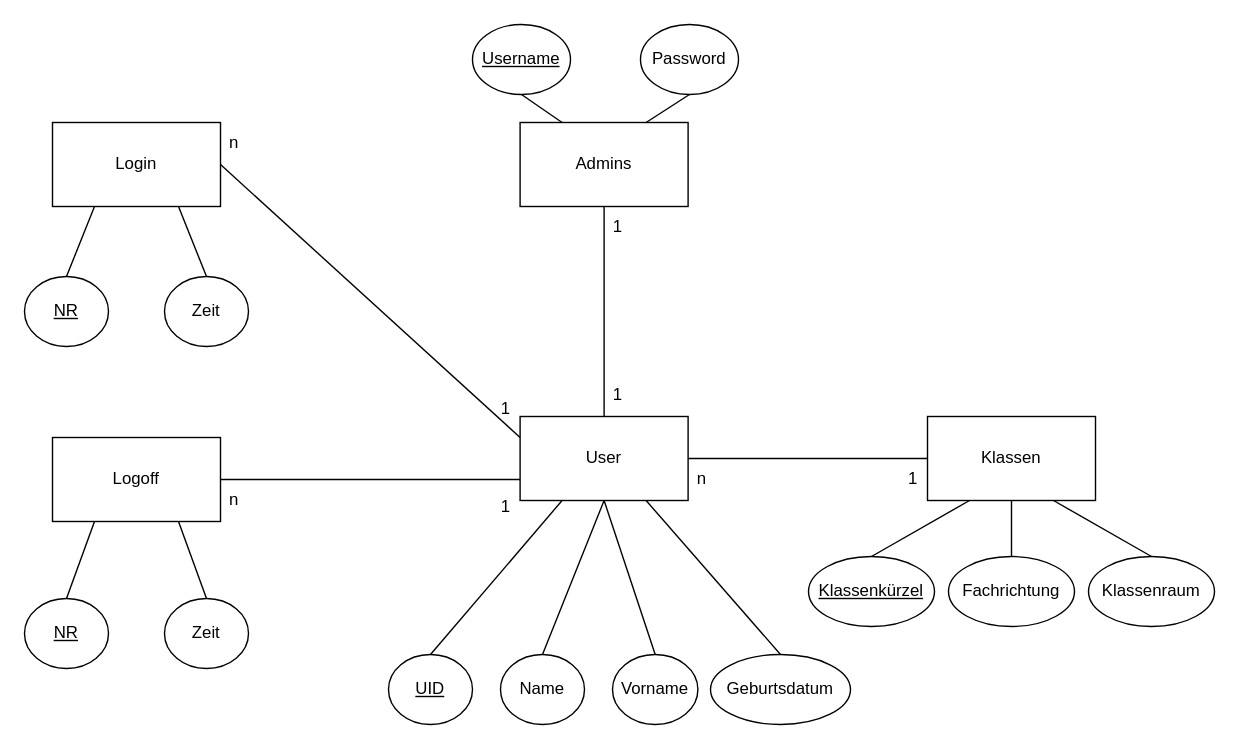
Earlier version of the draw.io diagram Docs/ER-Diagramm.png.drawio (Saftladen-GmbH/CN-P108-Zeiterfassung). Source tidied: cells renumbered, new cells numbered last; positions are measured from the earlier drawing's top-left corner, leaving out a move shared by most shapes. Both pictures are drawn from the tidied source at 140%, with x=0, y=0 at pixel (24, 24).
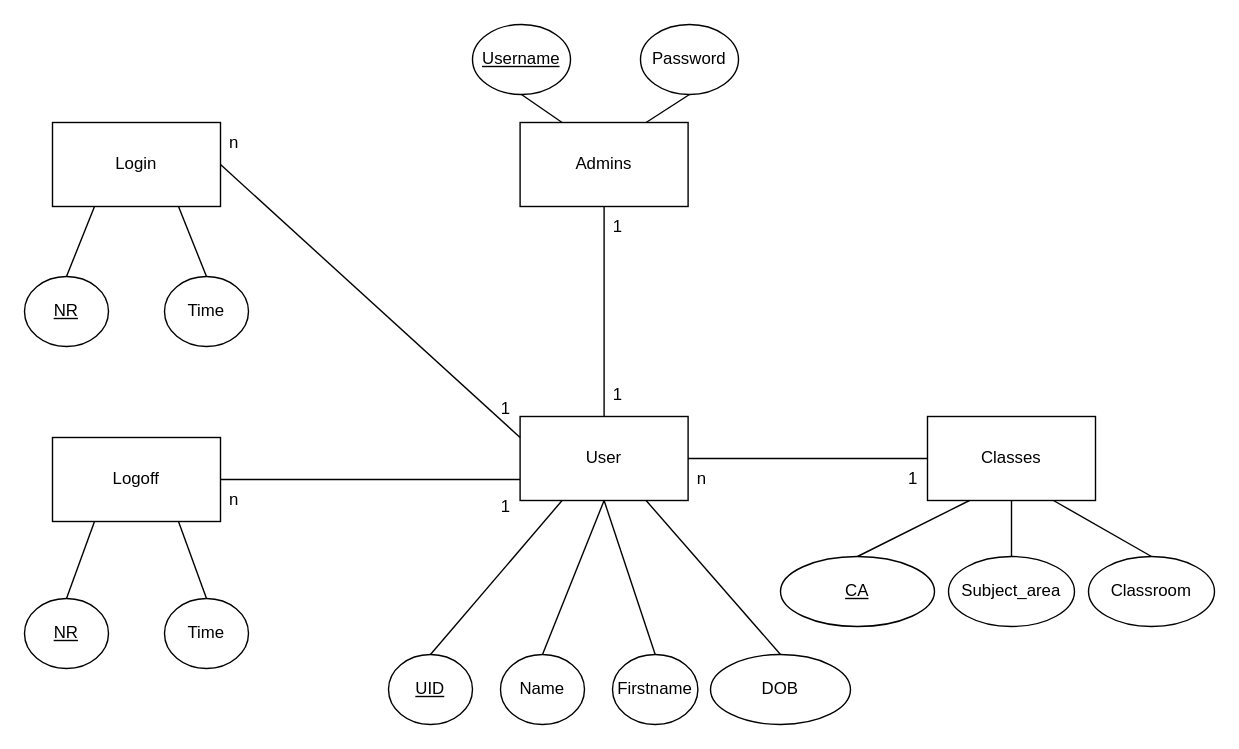
The same diagram, later.

Commit message (it also covers changes not shown here):
corrected typos

The edit, as a diff of the source:
```diff
@@
-    <mxCell id="7" value="Klassen" style="rounded=0;whiteSpace=wrap;html=1;" parent="1" vertex="1">
+    <mxCell id="7" value="Classes" style="rounded=0;whiteSpace=wrap;html=1;" parent="1" vertex="1">
       <mxGeometry x="645" y="280" width="120" height="60" as="geometry" />
     </mxCell>
@@
-    <mxCell id="23" value="&lt;u&gt;Klassenkürzel&lt;/u&gt;" style="ellipse;whiteSpace=wrap;html=1;" parent="1" vertex="1">
-      <mxGeometry x="560" y="380" width="90" height="50" as="geometry" />
+    <mxCell id="23" value="&lt;u&gt;CA&lt;/u&gt;" style="ellipse;whiteSpace=wrap;html=1;" parent="1" vertex="1">
+      <mxGeometry x="540" y="380" width="110" height="50" as="geometry" />
     </mxCell>
-    <mxCell id="24" value="Fachrichtung" style="ellipse;whiteSpace=wrap;html=1;" parent="1" vertex="1">
+    <mxCell id="24" value="Subject_area" style="ellipse;whiteSpace=wrap;html=1;" parent="1" vertex="1">
       <mxGeometry x="660" y="380" width="90" height="50" as="geometry" />
     </mxCell>
-    <mxCell id="25" value="Klassenraum" style="ellipse;whiteSpace=wrap;html=1;" parent="1" vertex="1">
+    <mxCell id="25" value="Classroom" style="ellipse;whiteSpace=wrap;html=1;" parent="1" vertex="1">
       <mxGeometry x="760" y="380" width="90" height="50" as="geometry" />
     </mxCell>
@@
-    <mxCell id="31" value="Vorname" style="ellipse;whiteSpace=wrap;html=1;" parent="1" vertex="1">
+    <mxCell id="31" value="Firstname" style="ellipse;whiteSpace=wrap;html=1;" parent="1" vertex="1">
       <mxGeometry x="420" y="450" width="61" height="50" as="geometry" />
     </mxCell>
-    <mxCell id="32" value="Geburtsdatum" style="ellipse;whiteSpace=wrap;html=1;" parent="1" vertex="1">
+    <mxCell id="32" value="DOB" style="ellipse;whiteSpace=wrap;html=1;" parent="1" vertex="1">
       <mxGeometry x="490" y="450" width="100" height="50" as="geometry" />
     </mxCell>
@@
-    <mxCell id="38" value="Zeit" style="ellipse;whiteSpace=wrap;html=1;" parent="1" vertex="1">
+    <mxCell id="38" value="Time" style="ellipse;whiteSpace=wrap;html=1;" parent="1" vertex="1">
       <mxGeometry x="100" y="410" width="60" height="50" as="geometry" />
     </mxCell>
@@
-    <mxCell id="42" value="Zeit" style="ellipse;whiteSpace=wrap;html=1;" parent="1" vertex="1">
+    <mxCell id="42" value="Time" style="ellipse;whiteSpace=wrap;html=1;" parent="1" vertex="1">
       <mxGeometry x="100" y="180" width="60" height="50" as="geometry" />
     </mxCell>
```
